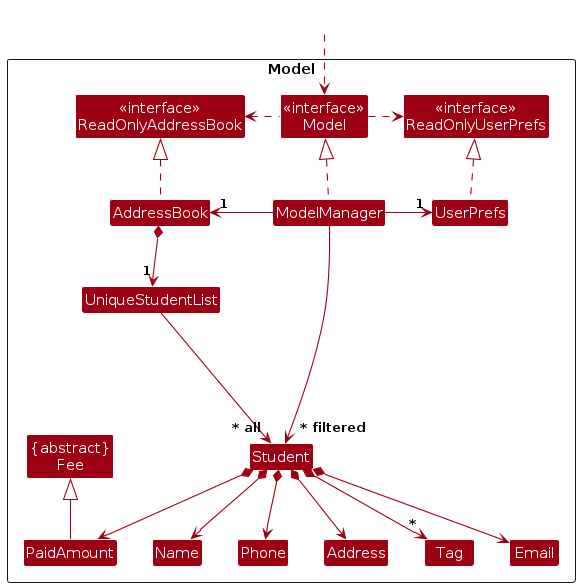
Above: diagrams/ModelClassDiagram.png in AY2425S1-CS2103T-F14a-1/tp (PlantUML), before the change. Its source is kept beside it as diagrams/ModelClassDiagram.puml.
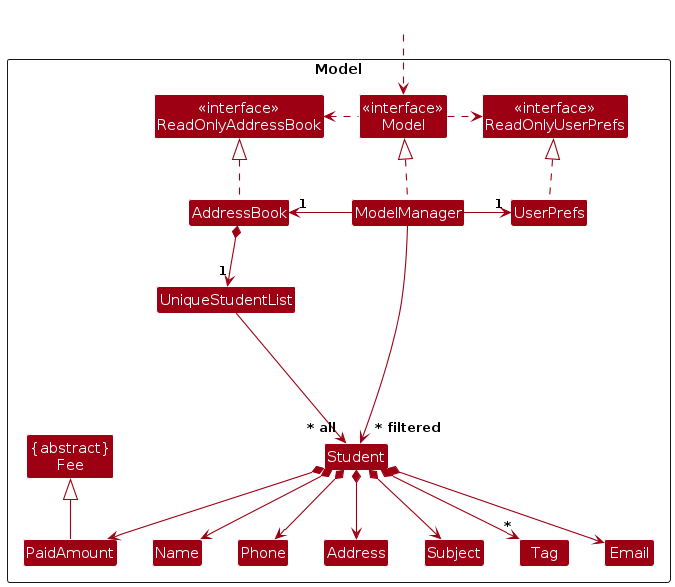
After the commit.

What changed in the source:
```diff
@@ -18,6 +18,7 @@
 Class Email
 Class Name
 Class Phone
+Class Subject
 Class Tag
 Class "{abstract}\nFee" as Fee
 Class PaidAmount
@@ -44,6 +45,7 @@
 Student *--> Email
 Student *--> Address
 Student *--> "*" Tag
+Student *--> Subject
 Student *--> PaidAmount
 PaidAmount -up-|> Fee
 
```
